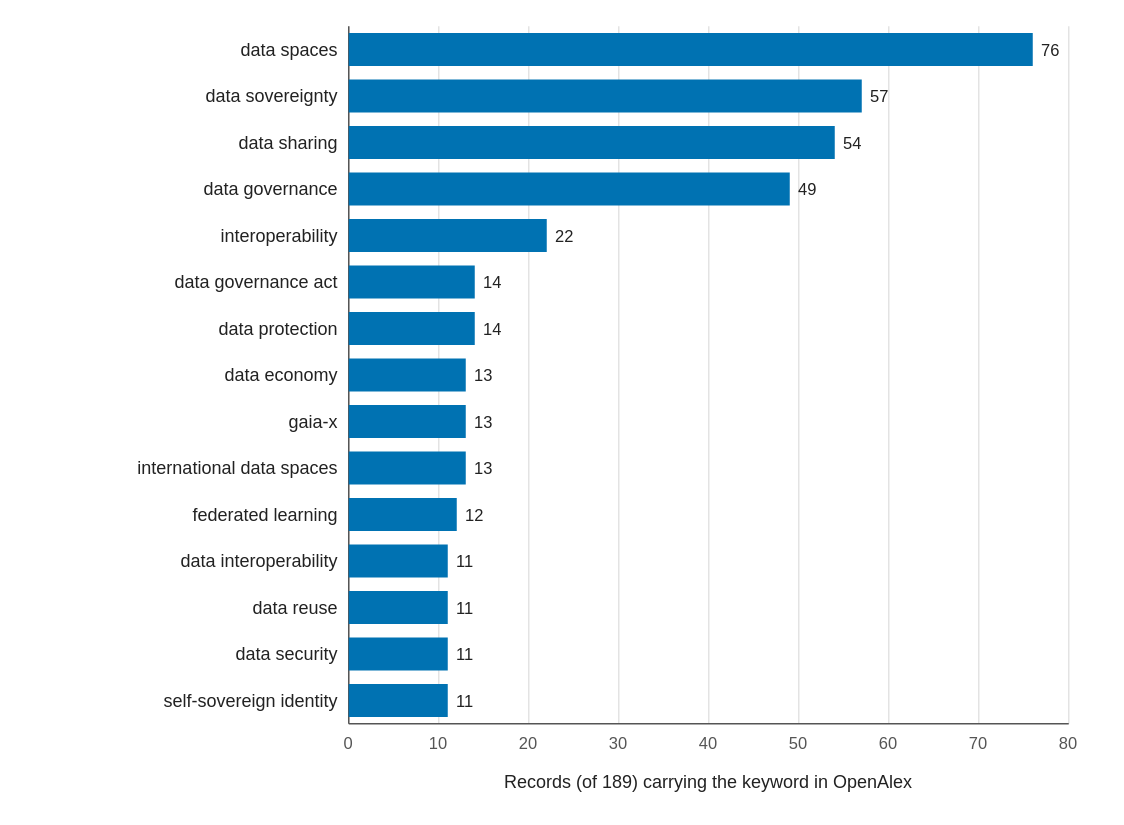
Before: figures/fig_bib_3_keywords.drawio in egagraha/slr-dataspace, a draw.io diagram. Source tidied: cells renumbered, new cells numbered last; positions are measured from the earlier drawing's top-left corner, leaving out a move shared by most shapes. Both pictures are drawn from the tidied source at 150%, with x=0, y=0 at pixel (26, 26).
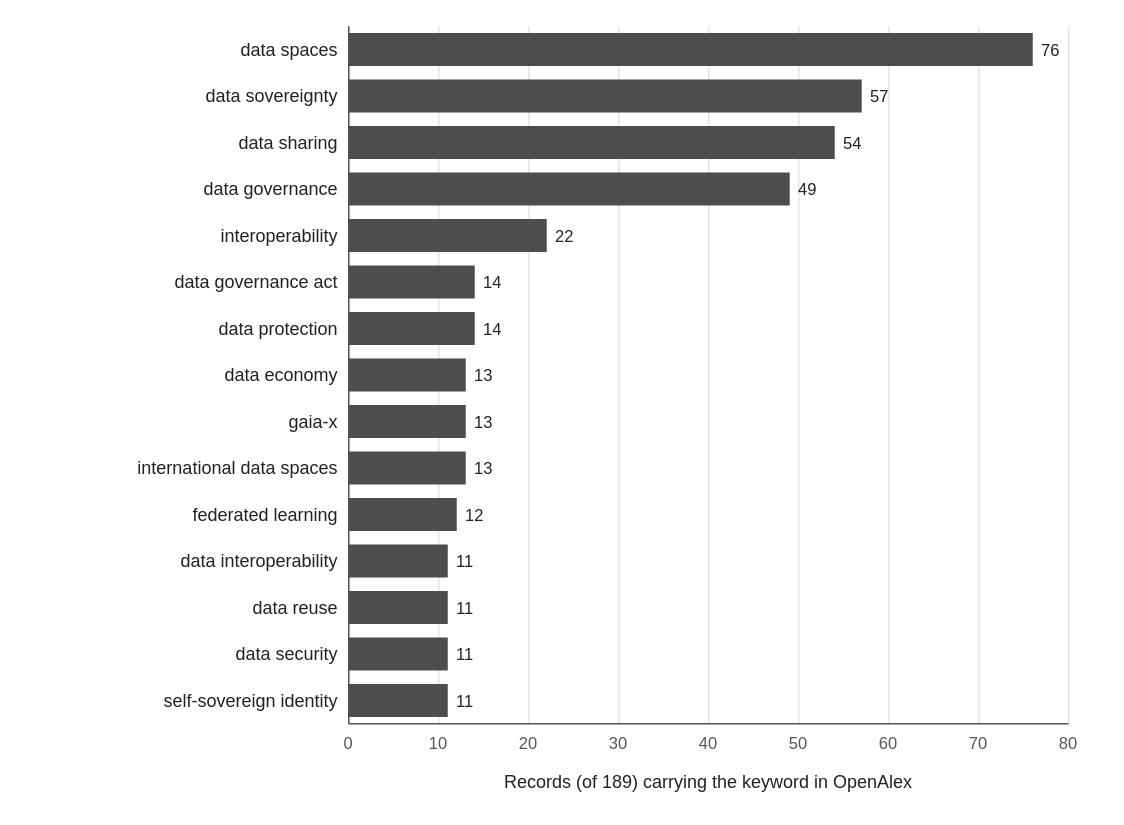
The same diagram, later.

The edit, as a diff of the source:
```diff
@@
-    <mxCell id="23" style="rounded=0;whiteSpace=wrap;html=1;fillColor=#0072B2;strokeColor=none;strokeWidth=1;fontFamily=Helvetica;fontSize=12;fontColor=#222222;fontStyle=0;align=center;verticalAlign=middle;dashed=0;" parent="1" vertex="1">
+    <mxCell id="23" style="rounded=0;whiteSpace=wrap;html=1;fillColor=#4D4D4D;strokeColor=none;strokeWidth=1;fontFamily=Helvetica;fontSize=12;fontColor=#222222;fontStyle=0;align=center;verticalAlign=middle;dashed=0;" parent="1" vertex="1">
       <mxGeometry x="215" y="4.5" width="456" height="22" as="geometry" />
     </mxCell>
@@
-    <mxCell id="26" style="rounded=0;whiteSpace=wrap;html=1;fillColor=#0072B2;strokeColor=none;strokeWidth=1;fontFamily=Helvetica;fontSize=12;fontColor=#222222;fontStyle=0;align=center;verticalAlign=middle;dashed=0;" parent="1" vertex="1">
+    <mxCell id="26" style="rounded=0;whiteSpace=wrap;html=1;fillColor=#4D4D4D;strokeColor=none;strokeWidth=1;fontFamily=Helvetica;fontSize=12;fontColor=#222222;fontStyle=0;align=center;verticalAlign=middle;dashed=0;" parent="1" vertex="1">
       <mxGeometry x="215" y="35.5" width="342" height="22" as="geometry" />
     </mxCell>
@@
-    <mxCell id="29" style="rounded=0;whiteSpace=wrap;html=1;fillColor=#0072B2;strokeColor=none;strokeWidth=1;fontFamily=Helvetica;fontSize=12;fontColor=#222222;fontStyle=0;align=center;verticalAlign=middle;dashed=0;" parent="1" vertex="1">
+    <mxCell id="29" style="rounded=0;whiteSpace=wrap;html=1;fillColor=#4D4D4D;strokeColor=none;strokeWidth=1;fontFamily=Helvetica;fontSize=12;fontColor=#222222;fontStyle=0;align=center;verticalAlign=middle;dashed=0;" parent="1" vertex="1">
       <mxGeometry x="215" y="66.5" width="324" height="22" as="geometry" />
     </mxCell>
@@
-    <mxCell id="32" style="rounded=0;whiteSpace=wrap;html=1;fillColor=#0072B2;strokeColor=none;strokeWidth=1;fontFamily=Helvetica;fontSize=12;fontColor=#222222;fontStyle=0;align=center;verticalAlign=middle;dashed=0;" parent="1" vertex="1">
+    <mxCell id="32" style="rounded=0;whiteSpace=wrap;html=1;fillColor=#4D4D4D;strokeColor=none;strokeWidth=1;fontFamily=Helvetica;fontSize=12;fontColor=#222222;fontStyle=0;align=center;verticalAlign=middle;dashed=0;" parent="1" vertex="1">
       <mxGeometry x="215" y="97.5" width="294" height="22" as="geometry" />
     </mxCell>
@@
-    <mxCell id="35" style="rounded=0;whiteSpace=wrap;html=1;fillColor=#0072B2;strokeColor=none;strokeWidth=1;fontFamily=Helvetica;fontSize=12;fontColor=#222222;fontStyle=0;align=center;verticalAlign=middle;dashed=0;" parent="1" vertex="1">
+    <mxCell id="35" style="rounded=0;whiteSpace=wrap;html=1;fillColor=#4D4D4D;strokeColor=none;strokeWidth=1;fontFamily=Helvetica;fontSize=12;fontColor=#222222;fontStyle=0;align=center;verticalAlign=middle;dashed=0;" parent="1" vertex="1">
       <mxGeometry x="215" y="128.5" width="132" height="22" as="geometry" />
     </mxCell>
@@
-    <mxCell id="38" style="rounded=0;whiteSpace=wrap;html=1;fillColor=#0072B2;strokeColor=none;strokeWidth=1;fontFamily=Helvetica;fontSize=12;fontColor=#222222;fontStyle=0;align=center;verticalAlign=middle;dashed=0;" parent="1" vertex="1">
+    <mxCell id="38" style="rounded=0;whiteSpace=wrap;html=1;fillColor=#4D4D4D;strokeColor=none;strokeWidth=1;fontFamily=Helvetica;fontSize=12;fontColor=#222222;fontStyle=0;align=center;verticalAlign=middle;dashed=0;" parent="1" vertex="1">
       <mxGeometry x="215" y="159.5" width="84" height="22" as="geometry" />
     </mxCell>
@@
-    <mxCell id="41" style="rounded=0;whiteSpace=wrap;html=1;fillColor=#0072B2;strokeColor=none;strokeWidth=1;fontFamily=Helvetica;fontSize=12;fontColor=#222222;fontStyle=0;align=center;verticalAlign=middle;dashed=0;" parent="1" vertex="1">
+    <mxCell id="41" style="rounded=0;whiteSpace=wrap;html=1;fillColor=#4D4D4D;strokeColor=none;strokeWidth=1;fontFamily=Helvetica;fontSize=12;fontColor=#222222;fontStyle=0;align=center;verticalAlign=middle;dashed=0;" parent="1" vertex="1">
       <mxGeometry x="215" y="190.5" width="84" height="22" as="geometry" />
     </mxCell>
@@
-    <mxCell id="44" style="rounded=0;whiteSpace=wrap;html=1;fillColor=#0072B2;strokeColor=none;strokeWidth=1;fontFamily=Helvetica;fontSize=12;fontColor=#222222;fontStyle=0;align=center;verticalAlign=middle;dashed=0;" parent="1" vertex="1">
+    <mxCell id="44" style="rounded=0;whiteSpace=wrap;html=1;fillColor=#4D4D4D;strokeColor=none;strokeWidth=1;fontFamily=Helvetica;fontSize=12;fontColor=#222222;fontStyle=0;align=center;verticalAlign=middle;dashed=0;" parent="1" vertex="1">
       <mxGeometry x="215" y="221.5" width="78" height="22" as="geometry" />
     </mxCell>
@@
-    <mxCell id="47" style="rounded=0;whiteSpace=wrap;html=1;fillColor=#0072B2;strokeColor=none;strokeWidth=1;fontFamily=Helvetica;fontSize=12;fontColor=#222222;fontStyle=0;align=center;verticalAlign=middle;dashed=0;" parent="1" vertex="1">
+    <mxCell id="47" style="rounded=0;whiteSpace=wrap;html=1;fillColor=#4D4D4D;strokeColor=none;strokeWidth=1;fontFamily=Helvetica;fontSize=12;fontColor=#222222;fontStyle=0;align=center;verticalAlign=middle;dashed=0;" parent="1" vertex="1">
       <mxGeometry x="215" y="252.5" width="78" height="22" as="geometry" />
     </mxCell>
@@
-    <mxCell id="50" style="rounded=0;whiteSpace=wrap;html=1;fillColor=#0072B2;strokeColor=none;strokeWidth=1;fontFamily=Helvetica;fontSize=12;fontColor=#222222;fontStyle=0;align=center;verticalAlign=middle;dashed=0;" parent="1" vertex="1">
+    <mxCell id="50" style="rounded=0;whiteSpace=wrap;html=1;fillColor=#4D4D4D;strokeColor=none;strokeWidth=1;fontFamily=Helvetica;fontSize=12;fontColor=#222222;fontStyle=0;align=center;verticalAlign=middle;dashed=0;" parent="1" vertex="1">
       <mxGeometry x="215" y="283.5" width="78" height="22" as="geometry" />
     </mxCell>
@@
-    <mxCell id="53" style="rounded=0;whiteSpace=wrap;html=1;fillColor=#0072B2;strokeColor=none;strokeWidth=1;fontFamily=Helvetica;fontSize=12;fontColor=#222222;fontStyle=0;align=center;verticalAlign=middle;dashed=0;" parent="1" vertex="1">
+    <mxCell id="53" style="rounded=0;whiteSpace=wrap;html=1;fillColor=#4D4D4D;strokeColor=none;strokeWidth=1;fontFamily=Helvetica;fontSize=12;fontColor=#222222;fontStyle=0;align=center;verticalAlign=middle;dashed=0;" parent="1" vertex="1">
       <mxGeometry x="215" y="314.5" width="72" height="22" as="geometry" />
     </mxCell>
@@
-    <mxCell id="56" style="rounded=0;whiteSpace=wrap;html=1;fillColor=#0072B2;strokeColor=none;strokeWidth=1;fontFamily=Helvetica;fontSize=12;fontColor=#222222;fontStyle=0;align=center;verticalAlign=middle;dashed=0;" parent="1" vertex="1">
+    <mxCell id="56" style="rounded=0;whiteSpace=wrap;html=1;fillColor=#4D4D4D;strokeColor=none;strokeWidth=1;fontFamily=Helvetica;fontSize=12;fontColor=#222222;fontStyle=0;align=center;verticalAlign=middle;dashed=0;" parent="1" vertex="1">
       <mxGeometry x="215" y="345.5" width="66" height="22" as="geometry" />
     </mxCell>
@@
-    <mxCell id="59" style="rounded=0;whiteSpace=wrap;html=1;fillColor=#0072B2;strokeColor=none;strokeWidth=1;fontFamily=Helvetica;fontSize=12;fontColor=#222222;fontStyle=0;align=center;verticalAlign=middle;dashed=0;" parent="1" vertex="1">
+    <mxCell id="59" style="rounded=0;whiteSpace=wrap;html=1;fillColor=#4D4D4D;strokeColor=none;strokeWidth=1;fontFamily=Helvetica;fontSize=12;fontColor=#222222;fontStyle=0;align=center;verticalAlign=middle;dashed=0;" parent="1" vertex="1">
       <mxGeometry x="215" y="376.5" width="66" height="22" as="geometry" />
     </mxCell>
@@
-    <mxCell id="62" style="rounded=0;whiteSpace=wrap;html=1;fillColor=#0072B2;strokeColor=none;strokeWidth=1;fontFamily=Helvetica;fontSize=12;fontColor=#222222;fontStyle=0;align=center;verticalAlign=middle;dashed=0;" parent="1" vertex="1">
+    <mxCell id="62" style="rounded=0;whiteSpace=wrap;html=1;fillColor=#4D4D4D;strokeColor=none;strokeWidth=1;fontFamily=Helvetica;fontSize=12;fontColor=#222222;fontStyle=0;align=center;verticalAlign=middle;dashed=0;" parent="1" vertex="1">
       <mxGeometry x="215" y="407.5" width="66" height="22" as="geometry" />
     </mxCell>
@@
-    <mxCell id="65" style="rounded=0;whiteSpace=wrap;html=1;fillColor=#0072B2;strokeColor=none;strokeWidth=1;fontFamily=Helvetica;fontSize=12;fontColor=#222222;fontStyle=0;align=center;verticalAlign=middle;dashed=0;" parent="1" vertex="1">
+    <mxCell id="65" style="rounded=0;whiteSpace=wrap;html=1;fillColor=#4D4D4D;strokeColor=none;strokeWidth=1;fontFamily=Helvetica;fontSize=12;fontColor=#222222;fontStyle=0;align=center;verticalAlign=middle;dashed=0;" parent="1" vertex="1">
       <mxGeometry x="215" y="438.5" width="66" height="22" as="geometry" />
     </mxCell>
```
